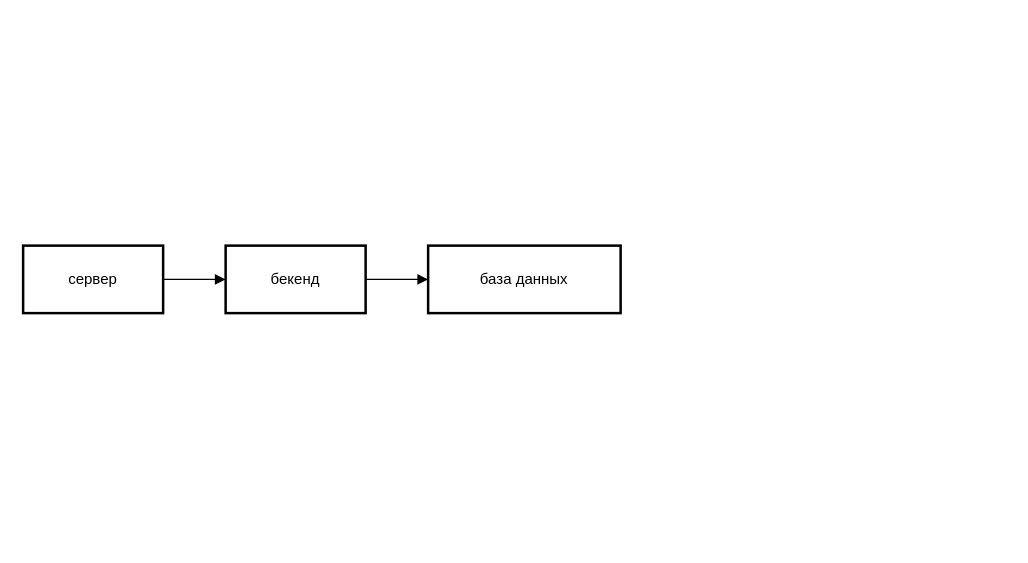
Above: public/Диаграмма без названия.drawio in vwinterdev/CZN (draw.io), before the change. Source tidied: cells renumbered, new cells numbered last; positions are measured from the earlier drawing's top-left corner, leaving out a move shared by most shapes. Both pictures are drawn from the tidied source at 125%, with x=0, y=0 at pixel (22, 245).
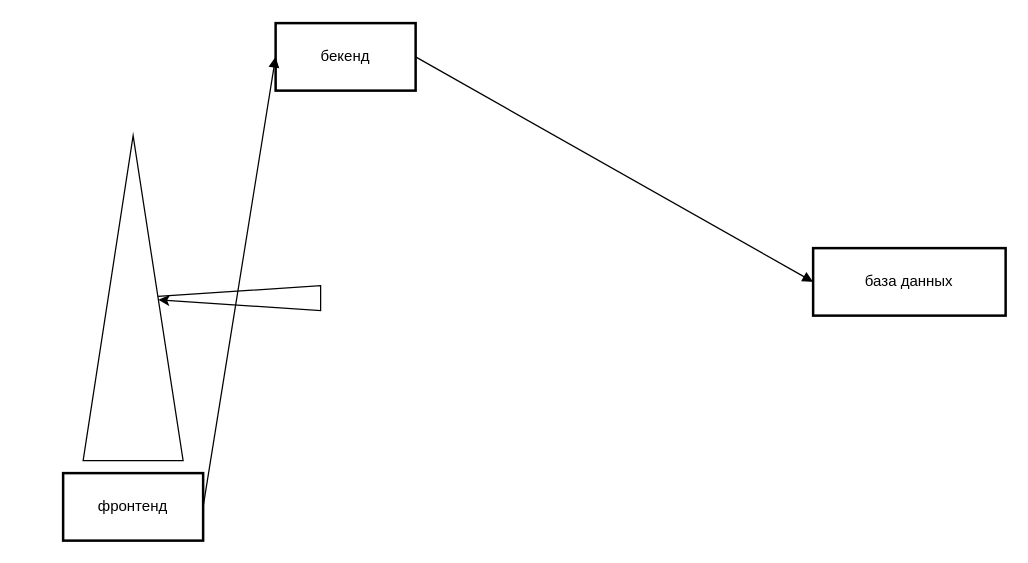
The same page after the edit.

Change to the diagram source:
```diff
@@
 <mxGraphModel>
   <root>
     <mxCell id="0" />
     <mxCell id="1" parent="0" />
-    <mxCell id="2" value="сервер" style="whiteSpace=wrap;strokeWidth=2;" parent="1" vertex="1">
-      <mxGeometry width="112" height="54" as="geometry" />
+    <mxCell id="2" value="фронтенд" style="whiteSpace=wrap;strokeWidth=2;" parent="1" vertex="1">
+      <mxGeometry x="32" y="182" width="112" height="54" as="geometry" />
     </mxCell>
     <mxCell id="3" value="бекенд" style="whiteSpace=wrap;strokeWidth=2;" parent="1" vertex="1">
-      <mxGeometry x="162" width="112" height="54" as="geometry" />
+      <mxGeometry x="202" y="-178" width="112" height="54" as="geometry" />
     </mxCell>
     <mxCell id="4" value="база данных" style="whiteSpace=wrap;strokeWidth=2;" parent="1" vertex="1">
-      <mxGeometry x="324" width="154" height="54" as="geometry" />
+      <mxGeometry x="632" y="2" width="154" height="54" as="geometry" />
     </mxCell>
     <mxCell id="5" style="curved=1;startArrow=none;endArrow=block;exitX=1;exitY=0.5;entryX=0;entryY=0.5;" parent="1" edge="1" source="2" target="3">
       <mxGeometry relative="1" as="geometry" />
     </mxCell>
     <mxCell id="6" style="curved=1;startArrow=none;endArrow=block;exitX=1;exitY=0.5;entryX=0;entryY=0.5;" parent="1" edge="1" source="3" target="4">
       <mxGeometry relative="1" as="geometry" />
     </mxCell>
+    <mxCell id="7" style="triangle;whiteSpace=wrap;html=1;rotation=-90;" parent="1" vertex="1">
+      <mxGeometry x="-42" y="2" width="260" height="80" as="geometry" />
+    </mxCell>
+    <mxCell id="8" style="edgeStyle=orthogonalEdgeStyle;rounded=0;orthogonalLoop=1;jettySize=auto;html=1;" parent="1" edge="1" source="7" target="7">
+      <mxGeometry relative="1" as="geometry" />
+    </mxCell>
   </root>
 </mxGraphModel>
```
